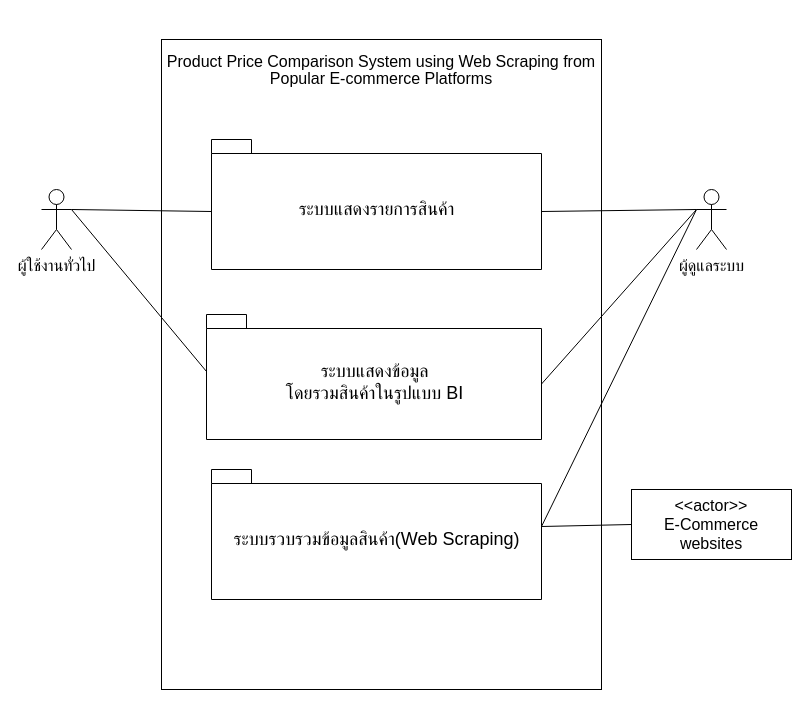
Before: Untitled Diagram.drawio in newzyz/Share, a draw.io diagram. Source tidied: cells renumbered, new cells numbered last; positions are measured from the earlier drawing's top-left corner, leaving out a move shared by most shapes. Both pictures are drawn from the tidied source at 100%, with x=0, y=0 at pixel (41, 39).
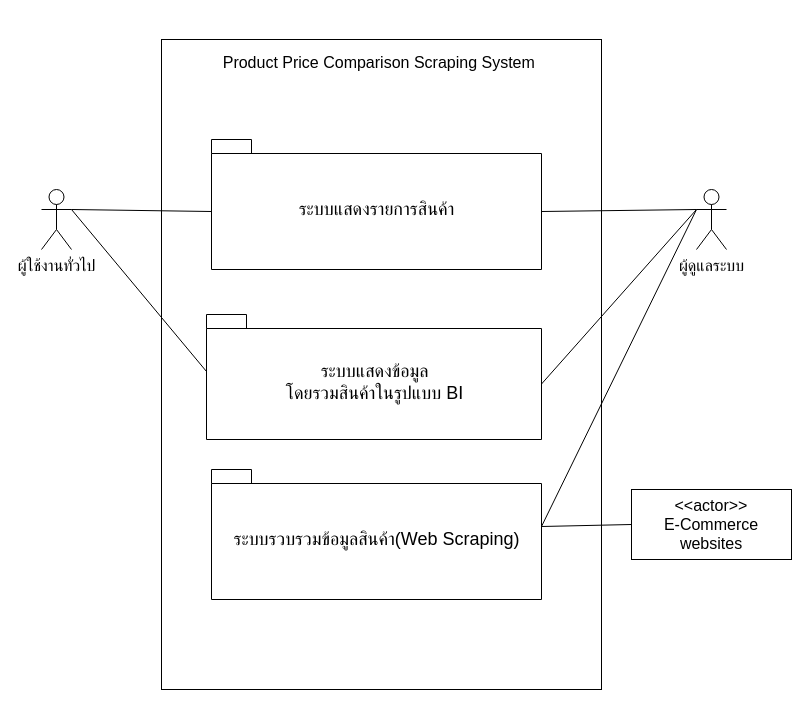
The same diagram, later.

What changed in the source:
```diff
@@
 <mxGraphModel>
   <root>
     <mxCell id="0" />
     <mxCell id="1" parent="0" />
-    <mxCell id="2" value="&lt;span style=&quot;line-height: 107% ; font-family: &amp;#34;calibri&amp;#34; , sans-serif ; font-size: 16px&quot;&gt;&lt;font style=&quot;font-size: 16px&quot;&gt;&lt;br&gt;&lt;br&gt;Product Price Comparison System using Web Scraping from Popular E-commerce Platforms&lt;/font&gt;&lt;/span&gt;" style="rounded=0;whiteSpace=wrap;html=1;spacingTop=-125;spacing=5;spacingBottom=500;" parent="1" vertex="1">
+    <mxCell id="2" value="&lt;font face=&quot;calibri, sans-serif&quot;&gt;&lt;span style=&quot;font-size: 16px&quot;&gt;&lt;br&gt;Product Price Comparison Scraping System&amp;nbsp;&lt;/span&gt;&lt;/font&gt;" style="rounded=0;whiteSpace=wrap;html=1;spacingTop=-125;spacing=5;spacingBottom=500;" parent="1" vertex="1">
       <mxGeometry x="120" width="440" height="650" as="geometry" />
     </mxCell>
     <mxCell id="3" value="&lt;font style=&quot;font-size: 16px&quot;&gt;ผู้ใช้งานทั่วไป&lt;/font&gt;" style="shape=umlActor;verticalLabelPosition=bottom;verticalAlign=top;html=1;outlineConnect=0;hachureGap=4;" parent="1" vertex="1">
       <mxGeometry y="150" width="30" height="60" as="geometry" />
     </mxCell>
     <mxCell id="4" value="&lt;font style=&quot;font-size: 18px ; font-weight: normal&quot;&gt;ระบบแสดงรายการสินค้า&lt;/font&gt;" style="shape=folder;fontStyle=1;spacingTop=10;tabWidth=40;tabHeight=14;tabPosition=left;html=1;hachureGap=4;" parent="1" vertex="1">
       <mxGeometry x="170" y="100" width="330" height="130" as="geometry" />
     </mxCell>
     <mxCell id="5" style="endArrow=none;html=1;startSize=14;endSize=14;sourcePerimeterSpacing=8;targetPerimeterSpacing=8;entryX=0;entryY=0;entryDx=0;entryDy=72;entryPerimeter=0;exitX=1;exitY=0.3333333333333333;exitDx=0;exitDy=0;exitPerimeter=0;" parent="1" edge="1" source="3" target="4">
       <mxGeometry relative="1" as="geometry" />
     </mxCell>
     <mxCell id="6" value="&lt;font style=&quot;font-size: 18px ; font-weight: normal&quot;&gt;ระบบแสดงข้อมูล&lt;br&gt;โดยรวมสินค้าในรูปแบบ BI&lt;/font&gt;" style="shape=folder;fontStyle=1;spacingTop=10;tabWidth=40;tabHeight=14;tabPosition=left;html=1;hachureGap=4;" parent="1" vertex="1">
       <mxGeometry x="165" y="275" width="335" height="125" as="geometry" />
     </mxCell>
     <mxCell id="7" style="endArrow=none;html=1;startSize=14;endSize=14;sourcePerimeterSpacing=8;targetPerimeterSpacing=8;entryX=1;entryY=0.3333333333333333;entryDx=0;entryDy=0;entryPerimeter=0;exitX=0;exitY=0;exitDx=0;exitDy=57;exitPerimeter=0;" parent="1" edge="1" source="6" target="3">
       <mxGeometry relative="1" as="geometry" />
     </mxCell>
     <mxCell id="8" value="&lt;font style=&quot;font-size: 18px ; font-weight: normal&quot;&gt;ระบบรวบรวมข้อมูลสินค้า(Web Scraping)&lt;/font&gt;" style="shape=folder;fontStyle=1;spacingTop=10;tabWidth=40;tabHeight=14;tabPosition=left;html=1;hachureGap=4;" parent="1" vertex="1">
       <mxGeometry x="170" y="430" width="330" height="130" as="geometry" />
     </mxCell>
     <mxCell id="9" value="&lt;font style=&quot;font-size: 16px&quot;&gt;&amp;lt;&amp;lt;actor&amp;gt;&amp;gt;&lt;br&gt;E-Commerce websites&lt;/font&gt;" style="rounded=0;whiteSpace=wrap;html=1;hachureGap=4;" parent="1" vertex="1">
       <mxGeometry x="590" y="450" width="160" height="70" as="geometry" />
     </mxCell>
     <mxCell id="10" style="endArrow=none;html=1;entryX=0;entryY=0.5;entryDx=0;entryDy=0;exitX=0;exitY=0;exitDx=330;exitDy=57;exitPerimeter=0;" parent="1" edge="1" source="8" target="9">
       <mxGeometry relative="1" as="geometry" />
     </mxCell>
     <mxCell id="11" value="&lt;font style=&quot;font-size: 16px&quot;&gt;ผู้ดูแลระบบ&lt;/font&gt;" style="shape=umlActor;verticalLabelPosition=bottom;verticalAlign=top;html=1;outlineConnect=0;" parent="1" vertex="1">
       <mxGeometry x="655" y="150" width="30" height="60" as="geometry" />
     </mxCell>
     <mxCell id="12" style="endArrow=none;html=1;entryX=0;entryY=0.3333333333333333;entryDx=0;entryDy=0;entryPerimeter=0;exitX=0;exitY=0;exitDx=330;exitDy=57;exitPerimeter=0;" parent="1" edge="1" source="8" target="11">
       <mxGeometry relative="1" as="geometry" />
     </mxCell>
     <mxCell id="13" style="endArrow=none;html=1;rounded=0;entryX=0;entryY=0.3333333333333333;entryDx=0;entryDy=0;entryPerimeter=0;exitX=0;exitY=0;exitDx=335;exitDy=69.5;exitPerimeter=0;" parent="1" edge="1" source="6" target="11">
       <mxGeometry relative="1" as="geometry" />
     </mxCell>
     <mxCell id="14" style="endArrow=none;html=1;rounded=0;entryX=0;entryY=0.3333333333333333;entryDx=0;entryDy=0;entryPerimeter=0;exitX=0;exitY=0;exitDx=330;exitDy=72;exitPerimeter=0;" parent="1" edge="1" source="4" target="11">
       <mxGeometry relative="1" as="geometry" />
     </mxCell>
   </root>
 </mxGraphModel>
```
